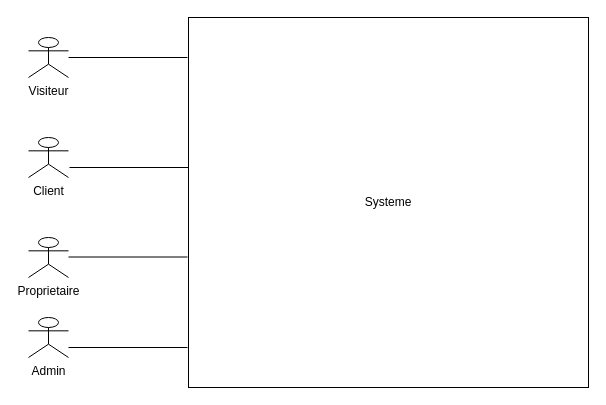
Tussa-D/diagramme_mrm keeps this draw.io diagram as Diagramme de contexte.drawio. Above is the earlier version. Source tidied: cells renumbered, new cells numbered last; positions are measured from the earlier drawing's top-left corner, leaving out a move shared by most shapes. Both pictures are drawn from the tidied source at 100%, with x=0, y=0 at pixel (28, 17).
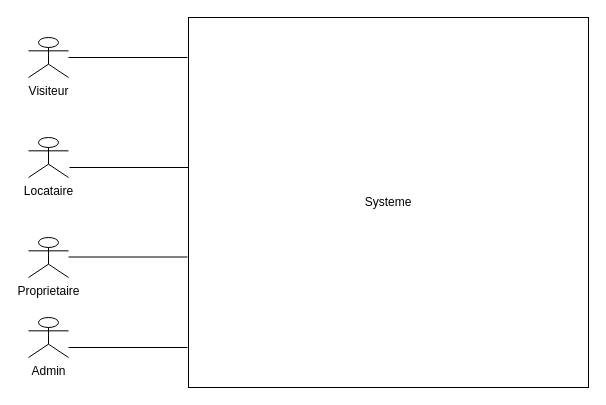
The same page after the edit.

Commit message:
Mettre à jour Diagramme de contexte.drawio

Diff of the diagram source:
```diff
@@
 <mxGraphModel>
   <root>
     <mxCell id="0" />
     <mxCell id="1" parent="0" />
     <mxCell id="2" value="Systeme" style="rounded=0;whiteSpace=wrap;html=1;" parent="1" vertex="1">
       <mxGeometry x="160" width="400" height="370" as="geometry" />
     </mxCell>
     <mxCell id="3" value="Visiteur" style="shape=umlActor;verticalLabelPosition=bottom;verticalAlign=top;html=1;outlineConnect=0;" parent="1" vertex="1">
       <mxGeometry y="20" width="40" height="40" as="geometry" />
     </mxCell>
-    <mxCell id="4" value="Client" style="shape=umlActor;verticalLabelPosition=bottom;verticalAlign=top;html=1;" parent="1" vertex="1">
+    <mxCell id="4" value="Locataire" style="shape=umlActor;verticalLabelPosition=bottom;verticalAlign=top;html=1;" parent="1" vertex="1">
       <mxGeometry y="120" width="40" height="40" as="geometry" />
     </mxCell>
     <mxCell id="5" value="Proprietaire" style="shape=umlActor;verticalLabelPosition=bottom;verticalAlign=top;html=1;" parent="1" vertex="1">
       <mxGeometry y="220" width="40" height="40" as="geometry" />
     </mxCell>
     <mxCell id="6" value="Admin" style="shape=umlActor;verticalLabelPosition=bottom;verticalAlign=top;html=1;" parent="1" vertex="1">
       <mxGeometry y="300" width="40" height="40" as="geometry" />
     </mxCell>
     <mxCell id="7" style="endArrow=none;html=1;rounded=0;" parent="1" edge="1" source="3">
       <mxGeometry relative="1" as="geometry">
         <mxPoint x="159" y="40" as="targetPoint" />
       </mxGeometry>
     </mxCell>
     <mxCell id="8" style="endArrow=none;html=1;rounded=0;" parent="1" edge="1">
       <mxGeometry relative="1" as="geometry">
         <mxPoint x="41" y="150" as="sourcePoint" />
         <mxPoint x="160" y="150" as="targetPoint" />
       </mxGeometry>
     </mxCell>
     <mxCell id="9" style="endArrow=none;html=1;rounded=0;" parent="1" edge="1">
       <mxGeometry relative="1" as="geometry">
         <mxPoint x="40" y="239.5" as="sourcePoint" />
         <mxPoint x="159" y="239.5" as="targetPoint" />
       </mxGeometry>
     </mxCell>
     <mxCell id="10" style="endArrow=none;html=1;rounded=0;" parent="1" edge="1">
       <mxGeometry relative="1" as="geometry">
         <mxPoint x="40" y="330" as="sourcePoint" />
         <mxPoint x="159" y="330" as="targetPoint" />
       </mxGeometry>
     </mxCell>
   </root>
 </mxGraphModel>
```
